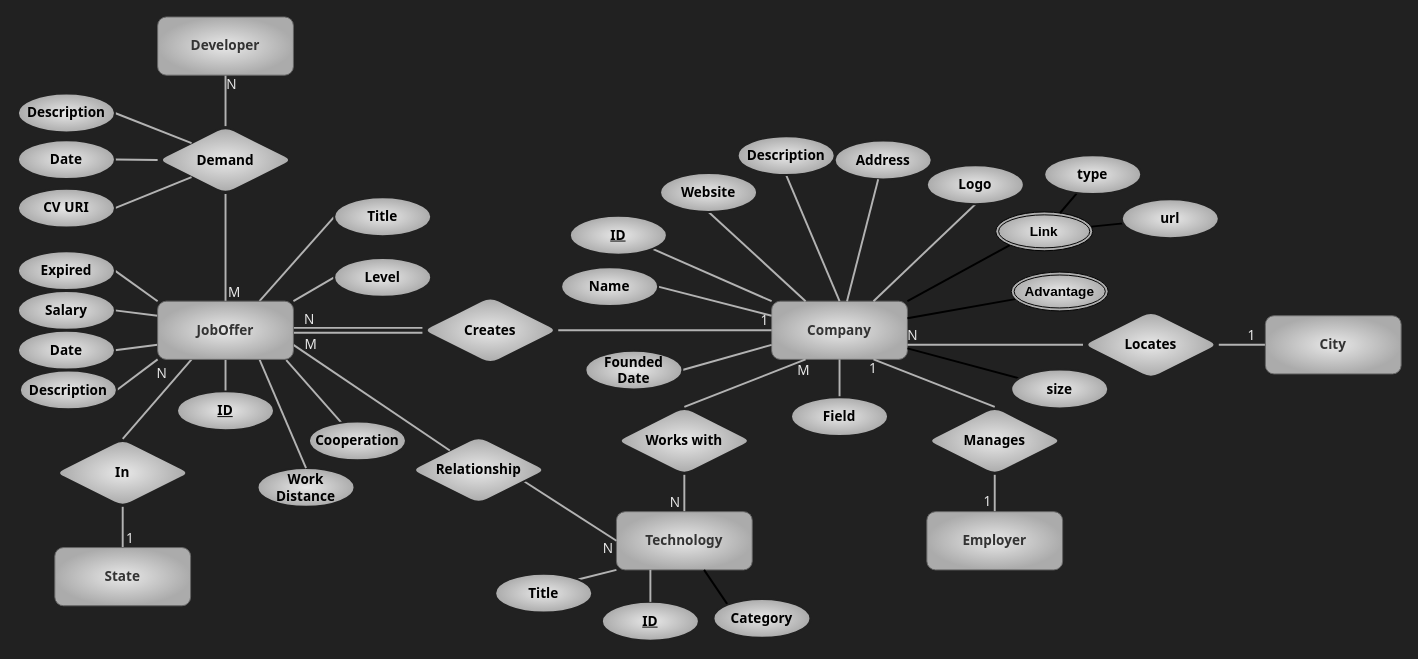
This is page "magnet" (2 of 5) of assets/er.drawio from kntu-db/quera-norm, a draw.io file, before an edit. Source tidied: cells renumbered, new cells numbered last; positions are measured from the earlier drawing's top-left corner, leaving out a move shared by most shapes. Both pictures are drawn from the tidied source at 97%, with x=0, y=0 at pixel (17, 16).
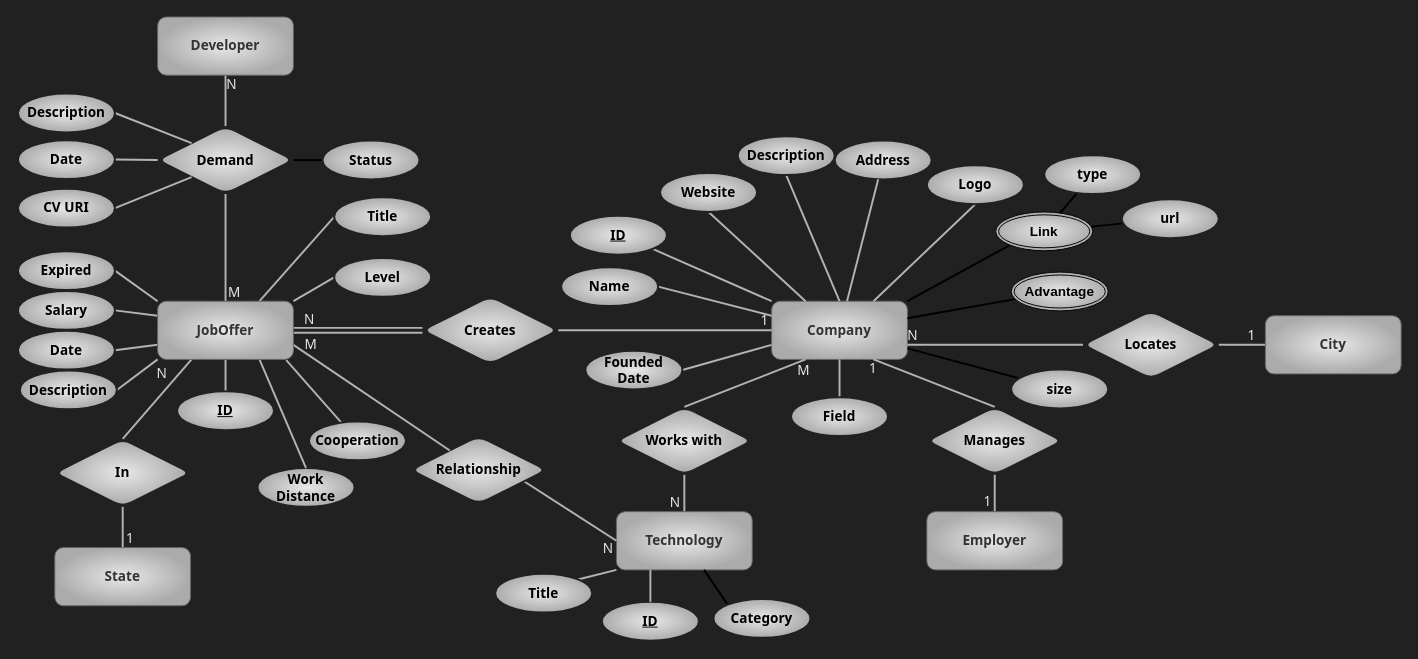
The same page after the edit.

Commit message (it also covers changes not shown here):
Delete and View add field status to demand create trigger

The change refers to these unchanged cells:
```xml
<mxCell id="14" value="Demand" style="shape=rhombus;perimeter=rhombusPerimeter;whiteSpace=wrap;html=1;align=center;rounded=1;labelBackgroundColor=none;fontFamily=Tahoma;fontSize=14;fontColor=#000000;strokeColor=#212121;strokeWidth=2;fillColor=#E8E8E8;gradientColor=#ABABAB;gradientDirection=radial;fontStyle=1;" parent="1" vertex="1">
  <mxGeometry x="144" y="112.5" width="140" height="70" as="geometry" />
</mxCell>
```

What changed in the source:
```diff
@@
+    <mxCell id="100" style="edgeStyle=none;html=1;exitX=1;exitY=0.5;exitDx=0;exitDy=0;endArrow=none;endFill=0;strokeWidth=2;" parent="1" edge="1" source="14" target="101">
+      <mxGeometry relative="1" as="geometry" />
+    </mxCell>
@@
+    <mxCell id="101" value="Status" style="ellipse;whiteSpace=wrap;html=1;align=center;rounded=1;labelBackgroundColor=none;fontFamily=Tahoma;fontSize=14;fontColor=#000000;strokeColor=#212121;strokeWidth=2;fillColor=#E8E8E8;gradientColor=#ABABAB;gradientDirection=radial;fontStyle=1;" parent="1" vertex="1">
+      <mxGeometry x="314" y="127.5" width="100" height="40" as="geometry" />
+    </mxCell>
```
